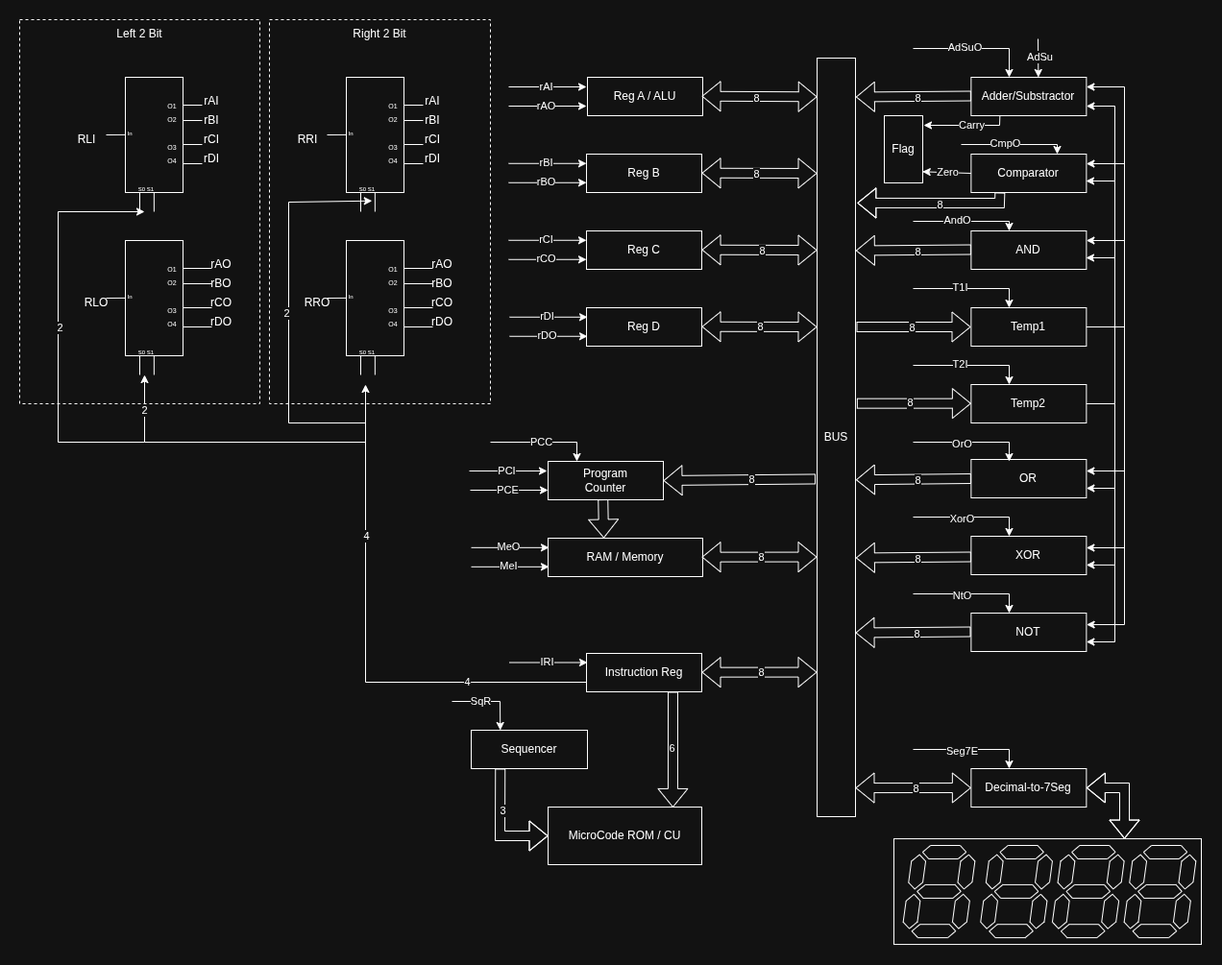
arghyabi/Computer8Bit keeps this draw.io diagram as Images/top_level_architecture.png. Above is the earlier version. Source tidied: cells renumbered, new cells last; positions are measured from the earlier drawing's top-left corner, leaving out a move shared by most shapes.
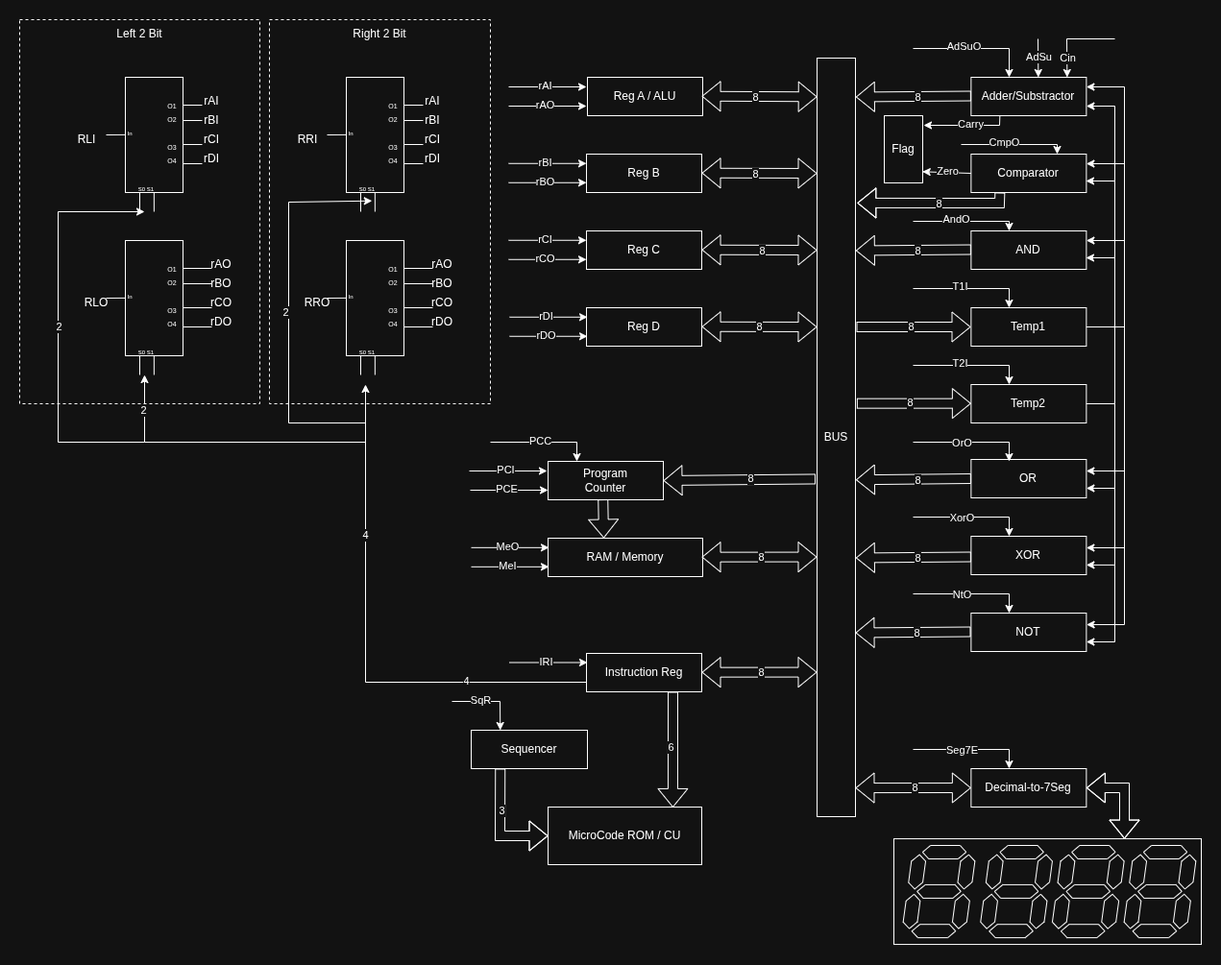
The same file after the commit.

Change to the diagram source:
```diff
@@ -991,5 +991,17 @@
     <mxCell id="220" value="Right 2 Bit" style="text;html=1;align=center;verticalAlign=middle;whiteSpace=wrap;rounded=0;" parent="1" vertex="1">
       <mxGeometry x="345" width="60" height="30" as="geometry" />
     </mxCell>
+    <mxCell id="221" style="endArrow=classic;html=1;rounded=0;entryX=0.75;entryY=0;entryDx=0;entryDy=0;" parent="1" edge="1">
+      <mxGeometry relative="1" as="geometry">
+        <mxPoint x="1140" y="20" as="sourcePoint" />
+        <mxPoint x="1090.4" y="60" as="targetPoint" />
+        <Array as="points">
+          <mxPoint x="1090" y="20" />
+        </Array>
+      </mxGeometry>
+    </mxCell>
+    <mxCell id="222" value="Cin" style="edgeLabel;html=1;align=center;verticalAlign=middle;" parent="221" vertex="1">
+      <mxGeometry x="0.56" y="1" relative="1" as="geometry" />
+    </mxCell>
   </root>
 </mxGraphModel>
```
